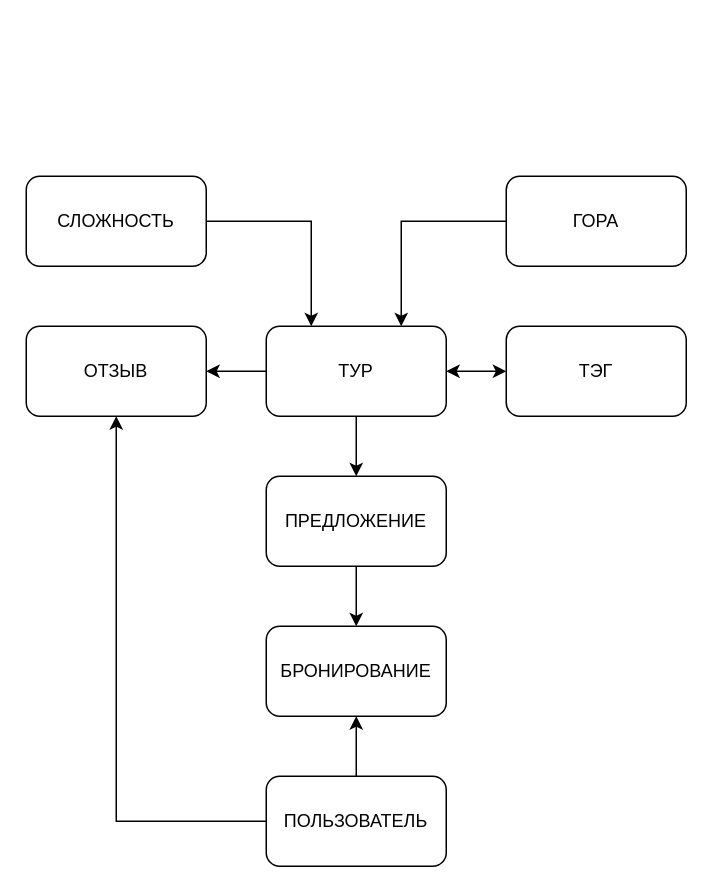
markov-avl/PythonBackend keeps this draw.io diagram as page "concept-model" (1 of 2) of Lab2/models.drawio. Above is the earlier version. Source tidied: cells renumbered, new cells numbered last; positions are measured from the earlier drawing's top-left corner, leaving out a move shared by most shapes. Both pictures are drawn from the tidied source at 150%, with x=0, y=0 at pixel (26, 176).
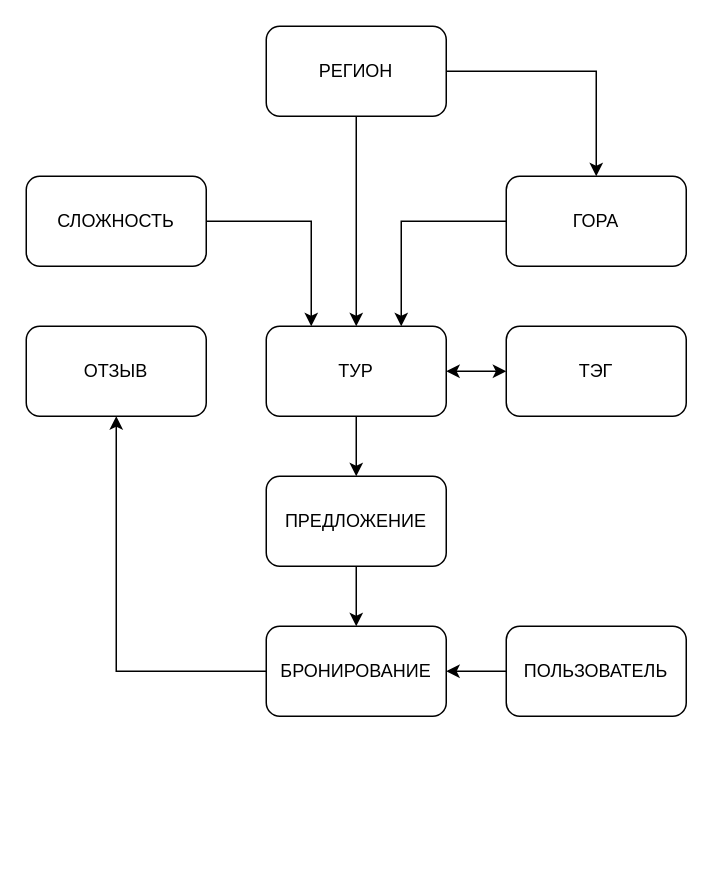
Above is the later version.

What changed in the source:
```diff
@@
 <mxGraphModel background="#ffffff">
   <root>
     <mxCell id="0" />
     <mxCell id="1" parent="0" />
     <mxCell id="2" style="edgeStyle=orthogonalEdgeStyle;rounded=0;jettySize=auto;html=1;exitX=0;exitY=0.5;exitDx=0;exitDy=0;entryX=0.75;entryY=0;entryDx=0;entryDy=0;startArrow=none;startFill=0;" parent="1" edge="1" source="3" target="12">
       <mxGeometry relative="1" as="geometry" />
     </mxCell>
     <mxCell id="3" value="ГОРА" style="rounded=1;whiteSpace=wrap;html=1;" parent="1" vertex="1">
       <mxGeometry x="320" width="120" height="60" as="geometry" />
     </mxCell>
+    <mxCell id="5" style="edgeStyle=orthogonalEdgeStyle;rounded=0;jettySize=auto;html=1;exitX=0;exitY=0.5;exitDx=0;exitDy=0;entryX=0.5;entryY=1;entryDx=0;entryDy=0;startArrow=none;startFill=0;" parent="1" edge="1" source="15" target="13">
+      <mxGeometry relative="1" as="geometry" />
+    </mxCell>
-    <mxCell id="4" style="edgeStyle=orthogonalEdgeStyle;rounded=0;jettySize=auto;html=1;exitX=0.5;exitY=0;exitDx=0;exitDy=0;entryX=0.5;entryY=1;entryDx=0;entryDy=0;startArrow=none;startFill=0;" parent="1" edge="1" source="6" target="15">
+    <mxCell id="4" style="edgeStyle=orthogonalEdgeStyle;rounded=0;html=1;exitX=0;exitY=0.5;exitDx=0;exitDy=0;entryX=1;entryY=0.5;entryDx=0;entryDy=0;strokeColor=default;" parent="1" edge="1" source="6" target="15">
       <mxGeometry relative="1" as="geometry" />
     </mxCell>
-    <mxCell id="5" style="edgeStyle=orthogonalEdgeStyle;rounded=0;jettySize=auto;html=1;exitX=0;exitY=0.5;exitDx=0;exitDy=0;entryX=0.5;entryY=1;entryDx=0;entryDy=0;startArrow=none;startFill=0;" parent="1" edge="1" source="6" target="13">
-      <mxGeometry relative="1" as="geometry" />
-    </mxCell>
     <mxCell id="6" value="ПОЛЬЗОВАТЕЛЬ" style="rounded=1;whiteSpace=wrap;html=1;" parent="1" vertex="1">
-      <mxGeometry x="160" y="400" width="120" height="60" as="geometry" />
+      <mxGeometry x="320" y="300" width="120" height="60" as="geometry" />
     </mxCell>
     <mxCell id="7" style="edgeStyle=orthogonalEdgeStyle;rounded=0;jettySize=auto;html=1;exitX=0;exitY=0.5;exitDx=0;exitDy=0;entryX=1;entryY=0.5;entryDx=0;entryDy=0;startArrow=classic;startFill=1;" parent="1" edge="1" source="8" target="12">
       <mxGeometry relative="1" as="geometry" />
     </mxCell>
     <mxCell id="8" value="ТЭГ" style="rounded=1;whiteSpace=wrap;html=1;" parent="1" vertex="1">
       <mxGeometry x="320" y="100" width="120" height="60" as="geometry" />
     </mxCell>
     <mxCell id="9" style="edgeStyle=orthogonalEdgeStyle;rounded=0;jettySize=auto;html=1;exitX=1;exitY=0.5;exitDx=0;exitDy=0;entryX=0.25;entryY=0;entryDx=0;entryDy=0;startArrow=none;startFill=0;" parent="1" edge="1" source="10" target="12">
       <mxGeometry relative="1" as="geometry" />
     </mxCell>
     <mxCell id="10" value="СЛОЖНОСТЬ" style="rounded=1;whiteSpace=wrap;html=1;" parent="1" vertex="1">
       <mxGeometry width="120" height="60" as="geometry" />
     </mxCell>
-    <mxCell id="11" style="edgeStyle=orthogonalEdgeStyle;rounded=0;jettySize=auto;html=1;exitX=0;exitY=0.5;exitDx=0;exitDy=0;entryX=1;entryY=0.5;entryDx=0;entryDy=0;startArrow=none;startFill=0;" parent="1" edge="1" source="12" target="13">
-      <mxGeometry relative="1" as="geometry" />
-    </mxCell>
     <mxCell id="12" value="ТУР" style="rounded=1;whiteSpace=wrap;html=1;" parent="1" vertex="1">
       <mxGeometry x="160" y="100" width="120" height="60" as="geometry" />
     </mxCell>
     <mxCell id="13" value="ОТЗЫВ" style="rounded=1;whiteSpace=wrap;html=1;" parent="1" vertex="1">
       <mxGeometry y="100" width="120" height="60" as="geometry" />
     </mxCell>
     <mxCell id="14" style="edgeStyle=orthogonalEdgeStyle;rounded=0;jettySize=auto;html=1;exitX=0.5;exitY=0;exitDx=0;exitDy=0;entryX=0.5;entryY=1;entryDx=0;entryDy=0;startArrow=classic;startFill=1;endArrow=none;endFill=0;" parent="1" edge="1" source="17" target="12">
       <mxGeometry relative="1" as="geometry" />
     </mxCell>
     <mxCell id="15" value="БРОНИРОВАНИЕ" style="rounded=1;whiteSpace=wrap;html=1;" parent="1" vertex="1">
       <mxGeometry x="160" y="300" width="120" height="60" as="geometry" />
     </mxCell>
     <mxCell id="16" style="edgeStyle=orthogonalEdgeStyle;rounded=0;html=1;exitX=0.5;exitY=1;exitDx=0;exitDy=0;entryX=0.5;entryY=0;entryDx=0;entryDy=0;strokeColor=#000000;elbow=vertical;" parent="1" edge="1" source="17" target="15">
       <mxGeometry relative="1" as="geometry" />
     </mxCell>
     <mxCell id="17" value="ПРЕДЛОЖЕНИЕ" style="rounded=1;whiteSpace=wrap;html=1;" parent="1" vertex="1">
       <mxGeometry x="160" y="200" width="120" height="60" as="geometry" />
     </mxCell>
+    <mxCell id="18" style="edgeStyle=orthogonalEdgeStyle;rounded=0;html=1;exitX=1;exitY=0.5;exitDx=0;exitDy=0;entryX=0.5;entryY=0;entryDx=0;entryDy=0;strokeColor=default;" parent="1" edge="1" source="20" target="3">
+      <mxGeometry relative="1" as="geometry" />
+    </mxCell>
+    <mxCell id="19" style="edgeStyle=orthogonalEdgeStyle;rounded=0;html=1;exitX=0.5;exitY=1;exitDx=0;exitDy=0;entryX=0.5;entryY=0;entryDx=0;entryDy=0;strokeColor=default;" parent="1" edge="1" source="20" target="12">
+      <mxGeometry relative="1" as="geometry" />
+    </mxCell>
+    <mxCell id="20" value="РЕГИОН" style="rounded=1;whiteSpace=wrap;html=1;" parent="1" vertex="1">
+      <mxGeometry x="160" y="-100" width="120" height="60" as="geometry" />
+    </mxCell>
   </root>
 </mxGraphModel>
```
